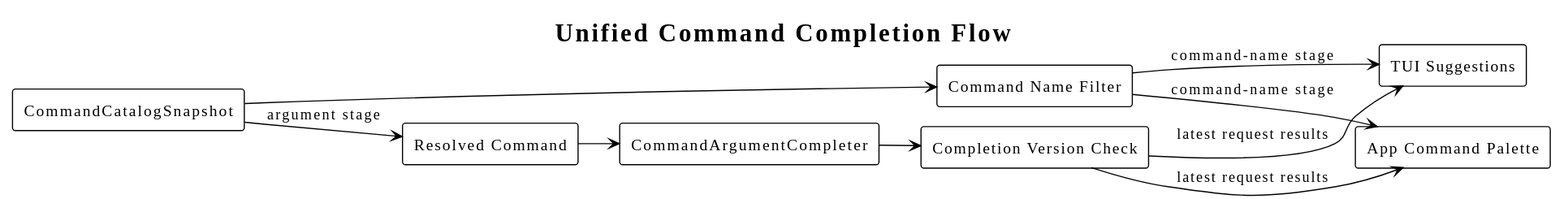
superheromeZzh/pi-mono-java-design keeps this PlantUML diagram as diagrams/command/09-completion-flow.svg. Above is the earlier version.
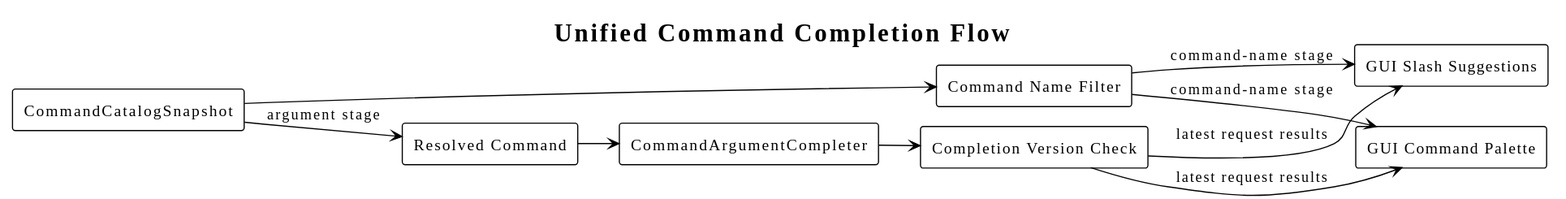
Later version of the same file.

What changed in the source:
```diff
@@ -12,15 +12,15 @@
 rectangle "Resolved Command" as Resolved
 rectangle CommandArgumentCompleter as Completer
 rectangle "Completion Version Check" as VersionCheck
-rectangle "TUI Suggestions" as TUI
-rectangle "App Command Palette" as App
+rectangle "GUI Slash Suggestions" as Suggestions
+rectangle "GUI Command Palette" as Palette
 
 Catalog --> NameFilter
-NameFilter --> TUI : command-name stage
-NameFilter --> App : command-name stage
+NameFilter --> Suggestions : command-name stage
+NameFilter --> Palette : command-name stage
 Catalog --> Resolved : argument stage
 Resolved --> Completer
 Completer --> VersionCheck
-VersionCheck --> TUI : latest request results
-VersionCheck --> App : latest request results
+VersionCheck --> Suggestions : latest request results
+VersionCheck --> Palette : latest request results
 @enduml
```
